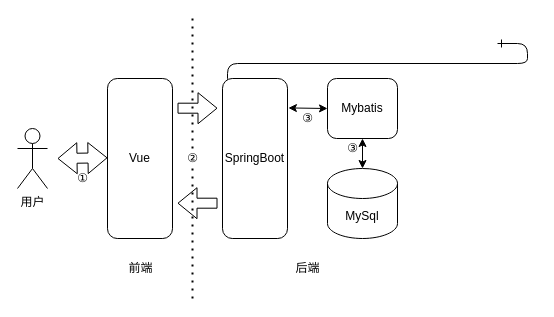
Above: Untitled Diagram.drawio in hbn2020/GitStudy (draw.io), before the change. Source tidied: cells renumbered, new cells numbered last; positions are measured from the earlier drawing's top-left corner, leaving out a move shared by most shapes. Both pictures are drawn from the tidied source at 100%, with x=0, y=0 at pixel (17, 18).
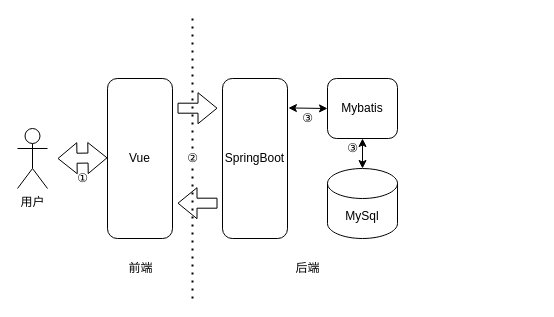
Above is the later version.

Commit message:
前后端分离

Diff of the diagram source:
```diff
@@
-    <mxCell id="2" style="edgeStyle=entityRelationEdgeStyle;endArrow=ERzeroToMany;startArrow=ERone;endFill=1;startFill=0;" parent="1" edge="1">
-      <mxGeometry relative="1" as="geometry">
-        <mxPoint x="480" y="25" as="sourcePoint" />
-        <mxPoint x="240" y="65" as="targetPoint" />
-      </mxGeometry>
-    </mxCell>
```
